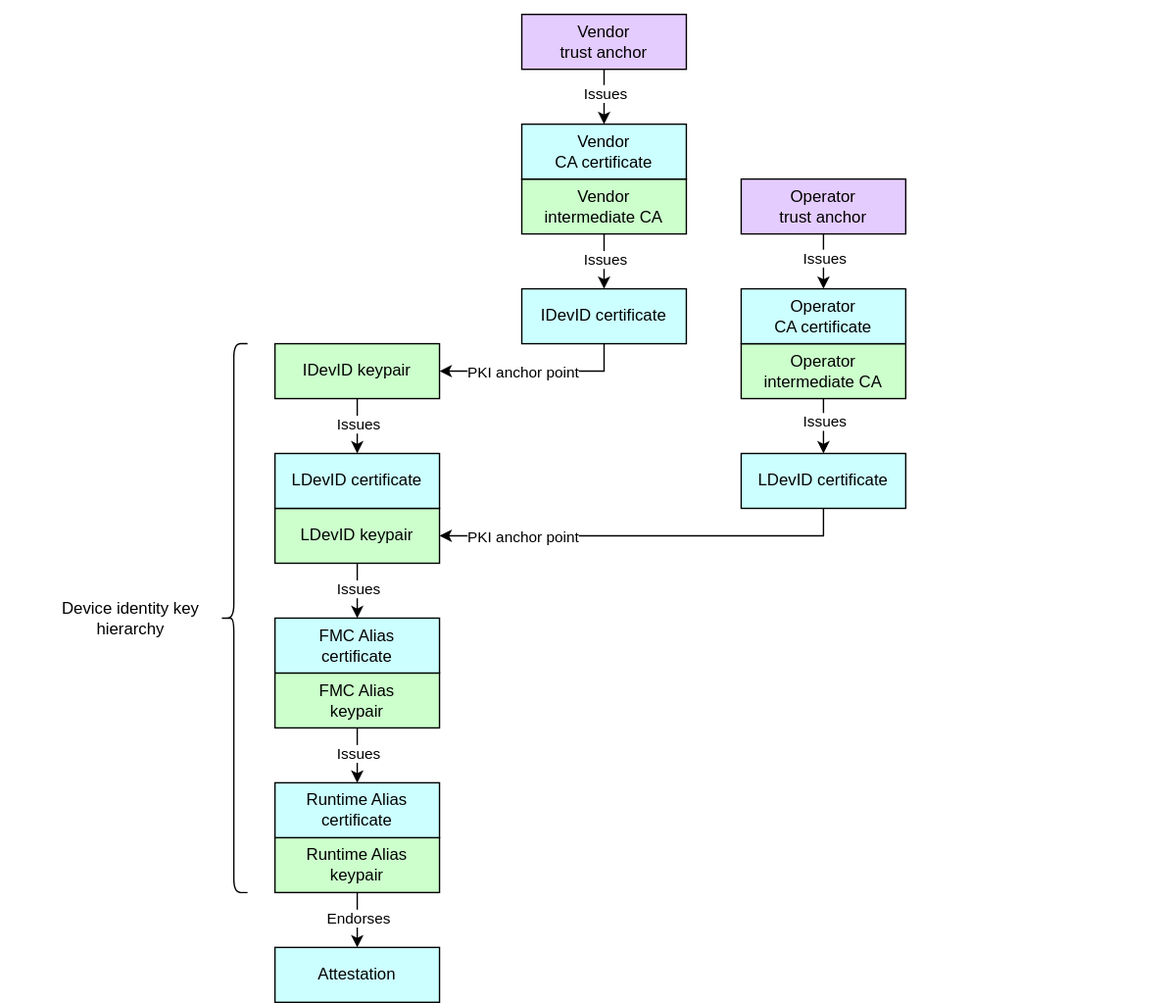
opencomputeproject/Security keeps this draw.io diagram as specifications/device-trust-anchor-management/diagrams/operator_anchor_point.drawio.svg. Above is the earlier version. Source tidied: cells renumbered, new cells last; positions are measured from the earlier drawing's top-left corner, leaving out a move shared by most shapes.
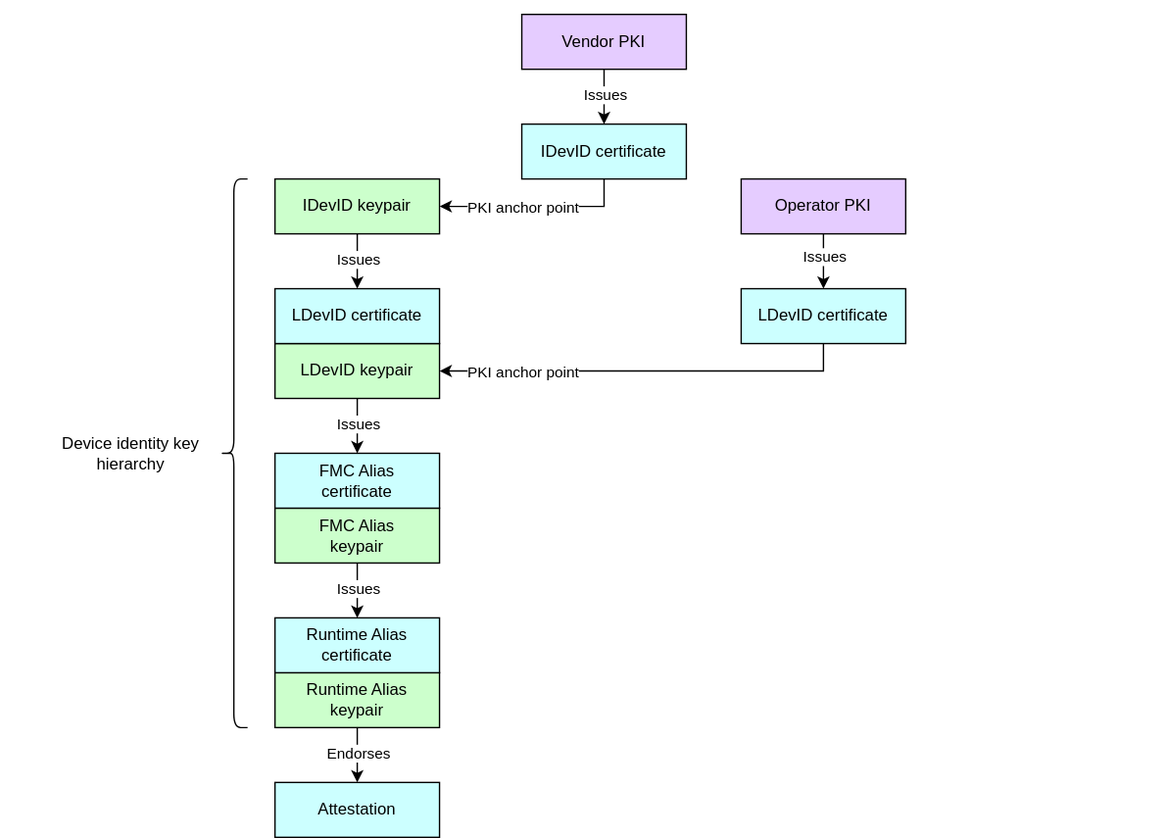
After the commit.

Diff of the diagram source:
```diff
@@ -52,7 +52,7 @@
     <mxCell id="15" value="&lt;div&gt;&lt;font color=&quot;#000000&quot;&gt;IDevID&amp;nbsp;&lt;/font&gt;&lt;span style=&quot;background-color: transparent;&quot;&gt;certificate&lt;/span&gt;&lt;/div&gt;" style="rounded=0;whiteSpace=wrap;html=1;align=center;verticalAlign=middle;shadow=0;glass=0;spacingLeft=0;spacingBottom=0;spacingTop=0;fillColor=#CCFFFF;" parent="1" vertex="1">
       <mxGeometry x="380" y="210" width="120" height="40" as="geometry" />
     </mxCell>
-    <mxCell id="16" style="edgeStyle=none;html=1;exitX=0.5;exitY=1;exitDx=0;exitDy=0;entryX=0.5;entryY=0;entryDx=0;entryDy=0;" parent="1" edge="1" source="18" target="15">
+    <mxCell id="16" style="edgeStyle=none;html=1;entryX=0.5;entryY=0;entryDx=0;entryDy=0;exitX=0.5;exitY=1;exitDx=0;exitDy=0;" parent="1" edge="1" source="22" target="15">
       <mxGeometry relative="1" as="geometry" />
     </mxCell>
     <mxCell id="17" value="Issues" style="edgeLabel;html=1;align=center;verticalAlign=middle;" parent="16" vertex="1">
@@ -60,20 +60,8 @@
         <mxPoint x="1" y="2" as="offset" />
       </mxGeometry>
     </mxCell>
-    <mxCell id="18" value="Vendor&lt;div&gt;intermediate CA&lt;/div&gt;" style="rounded=0;whiteSpace=wrap;html=1;align=center;verticalAlign=middle;shadow=0;glass=0;spacingLeft=0;spacingBottom=0;spacingTop=0;fillColor=#CCFFCC;" parent="1" vertex="1">
-      <mxGeometry x="380" y="130" width="120" height="40" as="geometry" />
-    </mxCell>
-    <mxCell id="19" value="&lt;div&gt;&lt;font color=&quot;#000000&quot;&gt;Vendor&lt;/font&gt;&lt;/div&gt;&lt;div&gt;&lt;font color=&quot;#000000&quot;&gt;CA&amp;nbsp;&lt;/font&gt;&lt;span style=&quot;background-color: transparent;&quot;&gt;certificate&lt;/span&gt;&lt;/div&gt;" style="rounded=0;whiteSpace=wrap;html=1;align=center;verticalAlign=middle;shadow=0;glass=0;spacingLeft=0;spacingBottom=0;spacingTop=0;fillColor=#CCFFFF;" parent="1" vertex="1">
-      <mxGeometry x="380" y="90" width="120" height="40" as="geometry" />
-    </mxCell>
-    <mxCell id="20" style="edgeStyle=none;html=1;exitX=0.5;exitY=1;exitDx=0;exitDy=0;entryX=0.5;entryY=0;entryDx=0;entryDy=0;" parent="1" edge="1" source="22" target="19">
-      <mxGeometry relative="1" as="geometry" />
-    </mxCell>
-    <mxCell id="21" value="Issues" style="edgeLabel;html=1;align=center;verticalAlign=middle;labelBackgroundColor=#FFFFFF;" parent="20" vertex="1">
-      <mxGeometry x="-0.15" relative="1" as="geometry" />
-    </mxCell>
-    <mxCell id="22" value="Vendor&lt;div&gt;trust anchor&lt;/div&gt;" style="rounded=0;whiteSpace=wrap;html=1;align=center;verticalAlign=middle;shadow=0;glass=0;spacingLeft=0;spacingBottom=0;spacingTop=0;fillColor=#E5CCFF;" parent="1" vertex="1">
-      <mxGeometry x="380" y="10" width="120" height="40" as="geometry" />
+    <mxCell id="22" value="Vendor PKI" style="rounded=0;whiteSpace=wrap;html=1;align=center;verticalAlign=middle;shadow=0;glass=0;spacingLeft=0;spacingBottom=0;spacingTop=0;fillColor=#E5CCFF;" parent="1" vertex="1">
+      <mxGeometry x="380" y="130" width="120" height="40" as="geometry" />
     </mxCell>
     <mxCell id="23" style="edgeStyle=orthogonalEdgeStyle;html=1;exitX=0.5;exitY=1;exitDx=0;exitDy=0;entryX=1;entryY=0.5;entryDx=0;entryDy=0;rounded=0;" parent="1" edge="1" source="25" target="8">
       <mxGeometry relative="1" as="geometry" />
@@ -86,28 +74,14 @@
     <mxCell id="25" value="&lt;div&gt;&lt;font color=&quot;#000000&quot;&gt;LDevID certificate&lt;/font&gt;&lt;/div&gt;" style="rounded=0;whiteSpace=wrap;html=1;align=center;verticalAlign=middle;shadow=0;glass=0;spacingLeft=0;spacingBottom=0;spacingTop=0;fillColor=#CCFFFF;" parent="1" vertex="1">
       <mxGeometry x="540" y="330" width="120" height="40" as="geometry" />
     </mxCell>
-    <mxCell id="26" style="edgeStyle=none;html=1;exitX=0.5;exitY=1;exitDx=0;exitDy=0;entryX=0.5;entryY=0;entryDx=0;entryDy=0;" parent="1" edge="1" source="28" target="25">
+    <mxCell id="26" style="edgeStyle=none;html=1;exitX=0.5;exitY=1;exitDx=0;exitDy=0;entryX=0.5;entryY=0;entryDx=0;entryDy=0;" parent="1" edge="1" source="32" target="25">
       <mxGeometry relative="1" as="geometry" />
     </mxCell>
     <mxCell id="27" value="Issues" style="edgeLabel;html=1;align=center;verticalAlign=middle;" parent="26" vertex="1">
       <mxGeometry x="-0.2" relative="1" as="geometry" />
     </mxCell>
-    <mxCell id="28" value="Operator&lt;div&gt;intermediate CA&lt;/div&gt;" style="rounded=0;whiteSpace=wrap;html=1;align=center;verticalAlign=middle;shadow=0;glass=0;spacingLeft=0;spacingBottom=0;spacingTop=0;fillColor=#CCFFCC;" parent="1" vertex="1">
-      <mxGeometry x="540" y="250" width="120" height="40" as="geometry" />
-    </mxCell>
-    <mxCell id="29" value="&lt;div&gt;&lt;font color=&quot;#000000&quot;&gt;Operator&lt;/font&gt;&lt;/div&gt;&lt;div&gt;&lt;font color=&quot;#000000&quot;&gt;CA&amp;nbsp;&lt;/font&gt;&lt;span style=&quot;background-color: transparent;&quot;&gt;certificate&lt;/span&gt;&lt;/div&gt;" style="rounded=0;whiteSpace=wrap;html=1;align=center;verticalAlign=middle;shadow=0;glass=0;spacingLeft=0;spacingBottom=0;spacingTop=0;fillColor=#CCFFFF;" parent="1" vertex="1">
-      <mxGeometry x="540" y="210" width="120" height="40" as="geometry" />
-    </mxCell>
-    <mxCell id="30" style="edgeStyle=none;html=1;exitX=0.5;exitY=1;exitDx=0;exitDy=0;entryX=0.5;entryY=0;entryDx=0;entryDy=0;" parent="1" edge="1" source="32" target="29">
-      <mxGeometry relative="1" as="geometry" />
-    </mxCell>
-    <mxCell id="31" value="Issues" style="edgeLabel;html=1;align=center;verticalAlign=middle;" parent="30" vertex="1">
-      <mxGeometry x="-0.15" y="1" relative="1" as="geometry">
-        <mxPoint x="-1" as="offset" />
-      </mxGeometry>
-    </mxCell>
-    <mxCell id="32" value="Operator&lt;div&gt;trust anchor&lt;/div&gt;" style="rounded=0;whiteSpace=wrap;html=1;align=center;verticalAlign=middle;shadow=0;glass=0;spacingLeft=0;spacingBottom=0;spacingTop=0;fillColor=#E5CCFF;" parent="1" vertex="1">
-      <mxGeometry x="540" y="130" width="120" height="40" as="geometry" />
+    <mxCell id="32" value="Operator PKI" style="rounded=0;whiteSpace=wrap;html=1;align=center;verticalAlign=middle;shadow=0;glass=0;spacingLeft=0;spacingBottom=0;spacingTop=0;fillColor=#E5CCFF;" parent="1" vertex="1">
+      <mxGeometry x="540" y="250" width="120" height="40" as="geometry" />
     </mxCell>
     <mxCell id="33" style="edgeStyle=none;html=1;exitX=0.5;exitY=1;exitDx=0;exitDy=0;entryX=0.5;entryY=0;entryDx=0;entryDy=0;" parent="1" edge="1" source="35" target="37">
       <mxGeometry relative="1" as="geometry" />
@@ -127,10 +101,10 @@
       <mxGeometry x="200" y="690" width="120" height="40" as="geometry" />
     </mxCell>
     <mxCell id="38" style="rounded=0;whiteSpace=wrap;html=1;align=center;verticalAlign=middle;shadow=0;glass=0;spacingLeft=0;spacingBottom=0;spacingTop=0;fillColor=#FFFFFF;fontSize=10;strokeColor=#FFFFFF;" parent="1" vertex="1">
-      <mxGeometry width="90" height="20" as="geometry" />
+      <mxGeometry y="120" width="90" height="20" as="geometry" />
     </mxCell>
     <mxCell id="39" style="rounded=0;whiteSpace=wrap;html=1;align=center;verticalAlign=middle;shadow=0;glass=0;spacingLeft=0;spacingBottom=0;spacingTop=0;fillColor=#FFFFFF;fontSize=10;strokeColor=#FFFFFF;" parent="1" vertex="1">
-      <mxGeometry x="760" width="90" height="20" as="geometry" />
+      <mxGeometry x="760" y="120" width="90" height="20" as="geometry" />
     </mxCell>
     <mxCell id="40" style="shape=curlyBracket;whiteSpace=wrap;html=1;rounded=1;labelPosition=left;verticalLabelPosition=middle;align=right;verticalAlign=middle;" parent="1" vertex="1">
       <mxGeometry x="160" y="250" width="20" height="400" as="geometry" />
```
